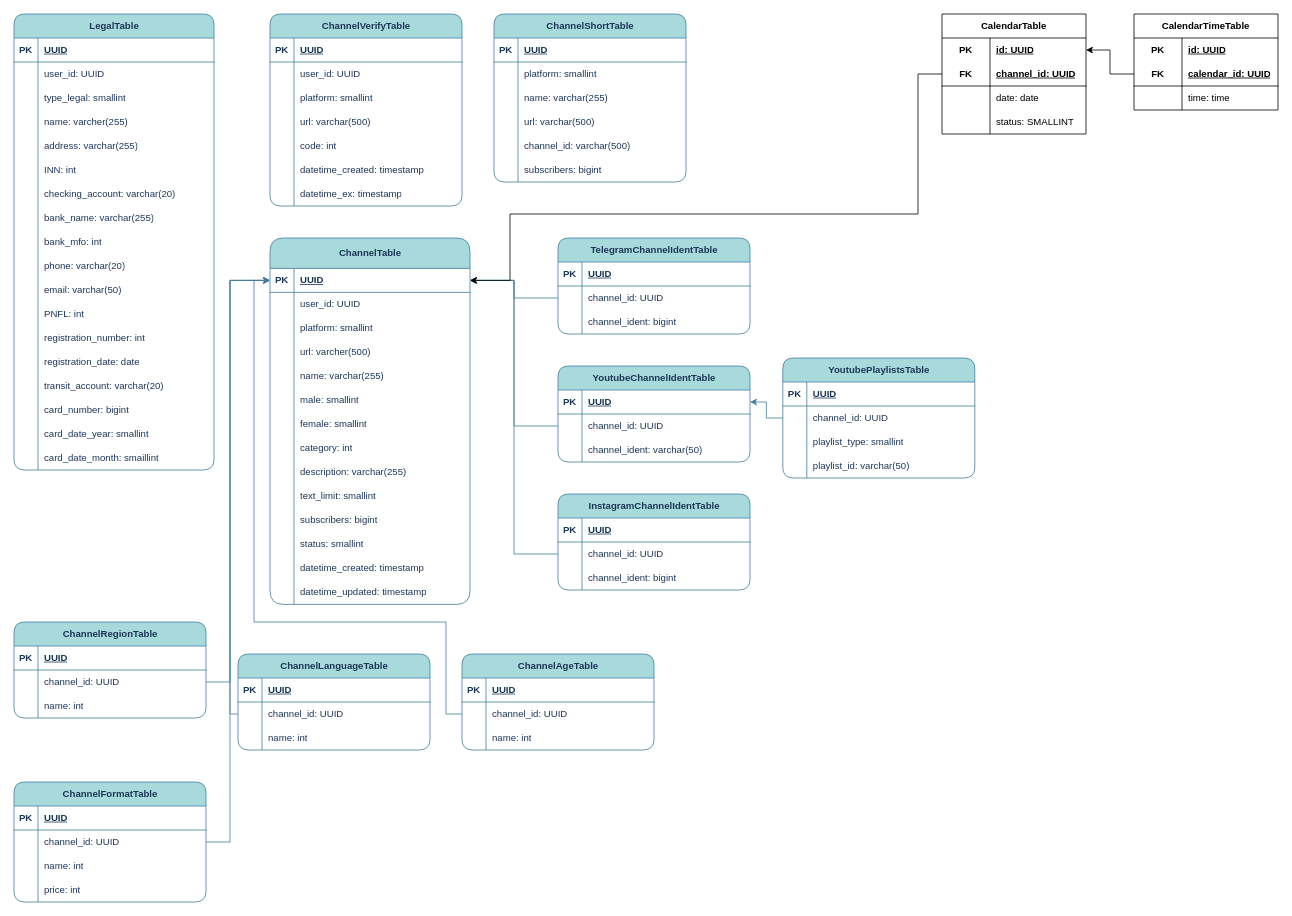
The draw.io diagram page "channel_database" (6 of 8) of Advertiser-Blogger.drawio in KmvRoman/Diagrams, before the edit. Source tidied: cells renumbered, new cells numbered last; positions are measured from the earlier drawing's top-left corner, leaving out a move shared by most shapes. Both pictures are drawn from the tidied source at 80%, with x=0, y=0 at pixel (14, 14).
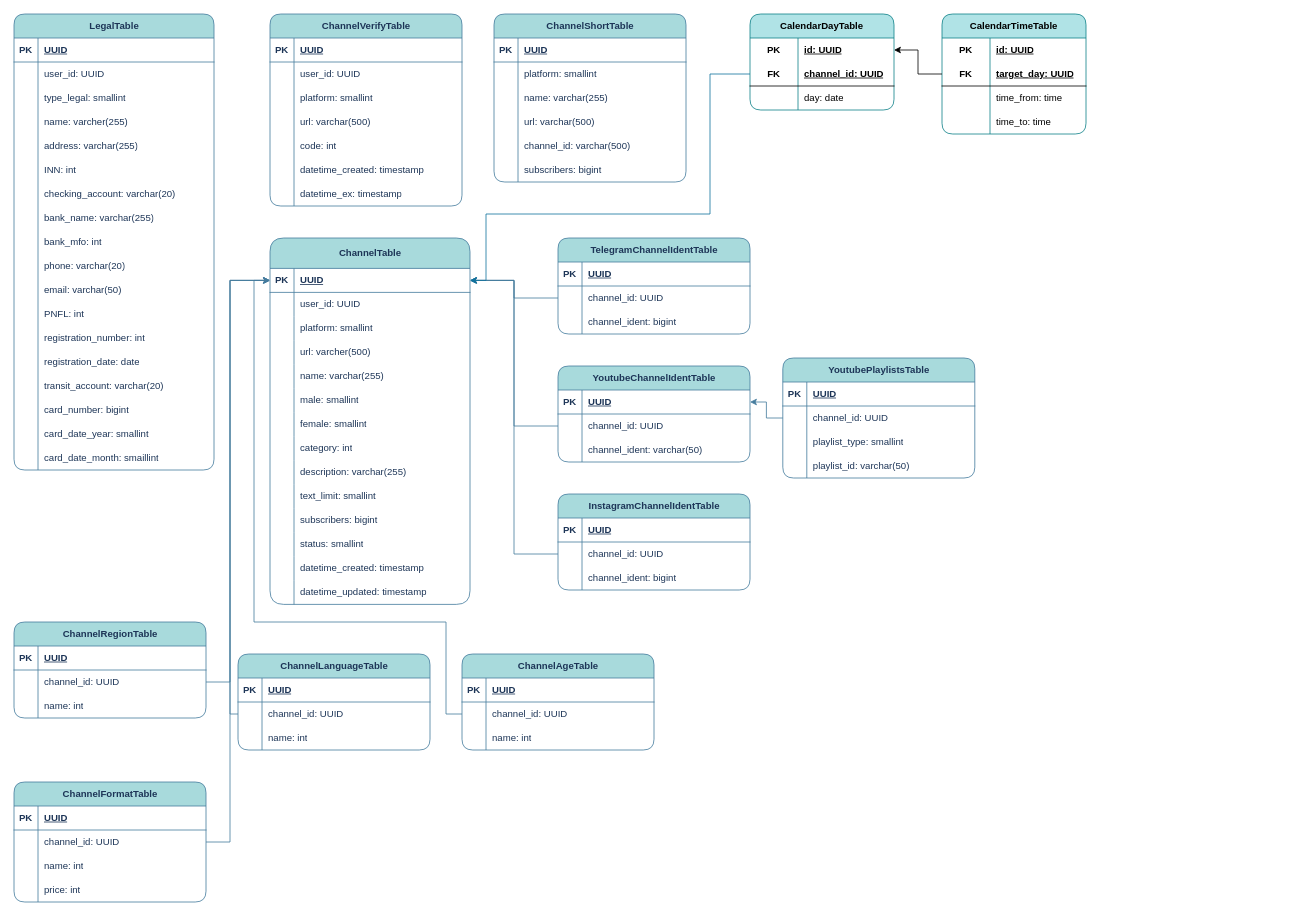
The same diagram, later.

Unchanged cells that the change refers to:
```xml
<mxCell id="99" style="shape=tableRow;horizontal=0;startSize=0;swimlaneHead=0;swimlaneBody=0;fillColor=none;points=[[0,0.5],[1,0.5]];portConstraint=eastwest;top=0;left=0;right=0;bottom=1;labelBackgroundColor=none;strokeColor=#457B9D;fontColor=#1D3557;" parent="98" vertex="1">
  <mxGeometry y="38" width="250" height="30" as="geometry" />
</mxCell>
```

What changed in the source:
```diff
@@
-    <mxCell id="235" value="CalendarTable" style="shape=table;startSize=30;childLayout=tableLayout;rowLines=0;fontStyle=1;align=center;html=1;whiteSpace=wrap;" parent="1" vertex="1">
-      <mxGeometry x="1160" width="180" height="150" as="geometry" />
-    </mxCell>
-    <mxCell id="236" style="shape=tableRow;horizontal=0;startSize=0;swimlaneHead=0;swimlaneBody=0;fillColor=none;points=[[0,0.5],[1,0.5]];portConstraint=eastwest;top=0;left=0;right=0;bottom=0;html=1;" parent="235" vertex="1">
-      <mxGeometry y="30" width="180" height="30" as="geometry" />
-    </mxCell>
-    <mxCell id="237" value="PK" style="shape=partialRectangle;fillColor=none;top=0;left=0;bottom=0;right=0;fontStyle=1;overflow=hidden;html=1;whiteSpace=wrap;" parent="236" vertex="1">
-      <mxGeometry width="60" height="30" as="geometry" />
-    </mxCell>
-    <mxCell id="238" value="id: UUID" style="shape=partialRectangle;fillColor=none;top=0;left=0;bottom=0;right=0;align=left;spacingLeft=6;fontStyle=5;overflow=hidden;html=1;whiteSpace=wrap;" parent="236" vertex="1">
-      <mxGeometry x="60" width="120" height="30" as="geometry" />
-    </mxCell>
-    <mxCell id="239" style="shape=tableRow;horizontal=0;startSize=0;swimlaneHead=0;swimlaneBody=0;fillColor=none;points=[[0,0.5],[1,0.5]];portConstraint=eastwest;top=0;left=0;right=0;bottom=1;html=1;" parent="235" vertex="1">
-      <mxGeometry y="60" width="180" height="30" as="geometry" />
-    </mxCell>
-    <mxCell id="240" value="FK" style="shape=partialRectangle;fillColor=none;top=0;left=0;bottom=0;right=0;fontStyle=1;overflow=hidden;html=1;whiteSpace=wrap;" parent="239" vertex="1">
-      <mxGeometry width="60" height="30" as="geometry" />
-    </mxCell>
+    <mxCell id="260" value="CalendarDayTable" style="shape=table;startSize=30;childLayout=tableLayout;rowLines=0;fontStyle=1;align=center;html=1;whiteSpace=wrap;fillColor=#b0e3e6;strokeColor=#0e8088;rounded=1;" parent="1" vertex="1">
+      <mxGeometry x="920" width="180" height="120" as="geometry" />
+    </mxCell>
+    <mxCell id="261" style="shape=tableRow;horizontal=0;startSize=0;swimlaneHead=0;swimlaneBody=0;fillColor=none;points=[[0,0.5],[1,0.5]];portConstraint=eastwest;top=0;left=0;right=0;bottom=0;html=1;" parent="260" vertex="1">
+      <mxGeometry y="30" width="180" height="30" as="geometry" />
+    </mxCell>
+    <mxCell id="262" value="PK" style="shape=partialRectangle;fillColor=none;top=0;left=0;bottom=0;right=0;fontStyle=1;overflow=hidden;html=1;whiteSpace=wrap;" parent="261" vertex="1">
+      <mxGeometry width="60" height="30" as="geometry" />
+    </mxCell>
+    <mxCell id="263" value="id: UUID" style="shape=partialRectangle;fillColor=none;top=0;left=0;bottom=0;right=0;align=left;spacingLeft=6;fontStyle=5;overflow=hidden;html=1;whiteSpace=wrap;" parent="261" vertex="1">
+      <mxGeometry x="60" width="120" height="30" as="geometry" />
+    </mxCell>
+    <mxCell id="264" style="shape=tableRow;horizontal=0;startSize=0;swimlaneHead=0;swimlaneBody=0;fillColor=none;points=[[0,0.5],[1,0.5]];portConstraint=eastwest;top=0;left=0;right=0;bottom=1;html=1;" parent="260" vertex="1">
+      <mxGeometry y="60" width="180" height="30" as="geometry" />
+    </mxCell>
+    <mxCell id="265" value="FK" style="shape=partialRectangle;fillColor=none;top=0;left=0;bottom=0;right=0;fontStyle=1;overflow=hidden;html=1;whiteSpace=wrap;" parent="264" vertex="1">
+      <mxGeometry width="60" height="30" as="geometry" />
+    </mxCell>
-    <mxCell id="241" value="channel_id: UUID" style="shape=partialRectangle;fillColor=none;top=0;left=0;bottom=0;right=0;align=left;spacingLeft=6;fontStyle=5;overflow=hidden;html=1;whiteSpace=wrap;" parent="239" vertex="1">
+    <mxCell id="241" value="channel_id: UUID" style="shape=partialRectangle;fillColor=none;top=0;left=0;bottom=0;right=0;align=left;spacingLeft=6;fontStyle=5;overflow=hidden;html=1;whiteSpace=wrap;" parent="264" vertex="1">
       <mxGeometry x="60" width="120" height="30" as="geometry" />
     </mxCell>
-    <mxCell id="242" style="shape=tableRow;horizontal=0;startSize=0;swimlaneHead=0;swimlaneBody=0;fillColor=none;top=0;left=0;right=0;bottom=0;html=1;" parent="235" vertex="1">
-      <mxGeometry y="90" width="180" height="30" as="geometry" />
-    </mxCell>
-    <mxCell id="243" style="shape=partialRectangle;fillColor=none;top=0;left=0;bottom=0;right=0;overflow=hidden;html=1;whiteSpace=wrap;" parent="242" vertex="1">
-      <mxGeometry width="60" height="30" as="geometry" />
-    </mxCell>
-    <mxCell id="244" value="date: date" style="shape=partialRectangle;fillColor=none;top=0;left=0;bottom=0;right=0;align=left;spacingLeft=6;overflow=hidden;html=1;whiteSpace=wrap;" parent="242" vertex="1">
-      <mxGeometry x="60" width="120" height="30" as="geometry" />
-    </mxCell>
+    <mxCell id="266" style="shape=tableRow;horizontal=0;startSize=0;swimlaneHead=0;swimlaneBody=0;fillColor=none;top=0;left=0;right=0;bottom=0;html=1;" parent="260" vertex="1">
+      <mxGeometry y="90" width="180" height="30" as="geometry" />
+    </mxCell>
+    <mxCell id="267" style="shape=partialRectangle;fillColor=none;top=0;left=0;bottom=0;right=0;overflow=hidden;html=1;whiteSpace=wrap;" parent="266" vertex="1">
+      <mxGeometry width="60" height="30" as="geometry" />
+    </mxCell>
+    <mxCell id="268" value="day: date" style="shape=partialRectangle;fillColor=none;top=0;left=0;bottom=0;right=0;align=left;spacingLeft=6;overflow=hidden;html=1;whiteSpace=wrap;" parent="266" vertex="1">
+      <mxGeometry x="60" width="120" height="30" as="geometry" />
+    </mxCell>
+    <mxCell id="269" style="edgeStyle=orthogonalEdgeStyle;rounded=0;jettySize=auto;html=1;entryX=1;entryY=0.5;entryDx=0;entryDy=0;exitX=0;exitY=0.5;exitDx=0;exitDy=0;fillColor=#b1ddf0;strokeColor=#10739e;" parent="1" edge="1" source="264" target="99">
+      <mxGeometry relative="1" as="geometry">
+        <Array as="points">
+          <mxPoint x="870" y="75" />
+          <mxPoint x="870" y="250" />
+          <mxPoint x="590" y="250" />
+          <mxPoint x="590" y="333" />
+        </Array>
+      </mxGeometry>
+    </mxCell>
+    <mxCell id="248" value="CalendarTimeTable" style="shape=table;startSize=30;childLayout=tableLayout;rowLines=0;fontStyle=1;align=center;html=1;whiteSpace=wrap;fillColor=#b0e3e6;strokeColor=#0e8088;rounded=1;" parent="1" vertex="1">
+      <mxGeometry x="1160" width="180" height="150" as="geometry" />
+    </mxCell>
+    <mxCell id="270" style="shape=tableRow;horizontal=0;startSize=0;swimlaneHead=0;swimlaneBody=0;fillColor=none;top=0;left=0;right=0;bottom=0;html=1;" parent="248" vertex="1">
+      <mxGeometry y="30" width="180" height="30" as="geometry" />
+    </mxCell>
+    <mxCell id="271" value="PK" style="shape=partialRectangle;fillColor=none;top=0;left=0;bottom=0;right=0;fontStyle=1;overflow=hidden;html=1;whiteSpace=wrap;" parent="270" vertex="1">
+      <mxGeometry width="60" height="30" as="geometry" />
+    </mxCell>
+    <mxCell id="272" value="id: UUID" style="shape=partialRectangle;fillColor=none;top=0;left=0;bottom=0;right=0;align=left;spacingLeft=6;fontStyle=5;overflow=hidden;html=1;whiteSpace=wrap;" parent="270" vertex="1">
+      <mxGeometry x="60" width="120" height="30" as="geometry" />
+    </mxCell>
+    <mxCell id="273" style="shape=tableRow;horizontal=0;startSize=0;swimlaneHead=0;swimlaneBody=0;fillColor=none;points=[[0,0.5],[1,0.5]];portConstraint=eastwest;top=0;left=0;right=0;bottom=1;html=1;" parent="248" vertex="1">
+      <mxGeometry y="60" width="180" height="30" as="geometry" />
+    </mxCell>
+    <mxCell id="274" value="FK" style="shape=partialRectangle;fillColor=none;top=0;left=0;bottom=0;right=0;fontStyle=1;overflow=hidden;html=1;whiteSpace=wrap;" parent="273" vertex="1">
+      <mxGeometry width="60" height="30" as="geometry" />
+    </mxCell>
+    <mxCell id="275" value="target_day: UUID" style="shape=partialRectangle;fillColor=none;top=0;left=0;bottom=0;right=0;align=left;spacingLeft=6;fontStyle=5;overflow=hidden;html=1;whiteSpace=wrap;" parent="273" vertex="1">
+      <mxGeometry x="60" width="120" height="30" as="geometry" />
+    </mxCell>
+    <mxCell id="276" style="shape=tableRow;horizontal=0;startSize=0;swimlaneHead=0;swimlaneBody=0;fillColor=none;top=0;left=0;right=0;bottom=0;html=1;" parent="248" vertex="1">
+      <mxGeometry y="90" width="180" height="30" as="geometry" />
+    </mxCell>
+    <mxCell id="277" style="shape=partialRectangle;fillColor=none;top=0;left=0;bottom=0;right=0;overflow=hidden;html=1;whiteSpace=wrap;" parent="276" vertex="1">
+      <mxGeometry width="60" height="30" as="geometry" />
+    </mxCell>
+    <mxCell id="278" value="time_from: time" style="shape=partialRectangle;fillColor=none;top=0;left=0;bottom=0;right=0;align=left;spacingLeft=6;overflow=hidden;html=1;whiteSpace=wrap;" parent="276" vertex="1">
+      <mxGeometry x="60" width="120" height="30" as="geometry" />
+    </mxCell>
-    <mxCell id="245" style="shape=tableRow;horizontal=0;startSize=0;swimlaneHead=0;swimlaneBody=0;fillColor=none;top=0;left=0;right=0;bottom=0;html=1;" parent="235" vertex="1">
+    <mxCell id="245" style="shape=tableRow;horizontal=0;startSize=0;swimlaneHead=0;swimlaneBody=0;fillColor=none;top=0;left=0;right=0;bottom=0;html=1;" parent="248" vertex="1">
       <mxGeometry y="120" width="180" height="30" as="geometry" />
     </mxCell>
-    <mxCell id="246" style="shape=partialRectangle;fillColor=none;top=0;left=0;bottom=0;right=0;overflow=hidden;html=1;whiteSpace=wrap;" parent="245" vertex="1">
-      <mxGeometry width="60" height="30" as="geometry" />
-    </mxCell>
-    <mxCell id="247" value="status: SMALLINT" style="shape=partialRectangle;fillColor=none;top=0;left=0;bottom=0;right=0;align=left;spacingLeft=6;overflow=hidden;html=1;whiteSpace=wrap;" parent="245" vertex="1">
-      <mxGeometry x="60" width="120" height="30" as="geometry" />
-    </mxCell>
-    <mxCell id="248" value="CalendarTimeTable" style="shape=table;startSize=30;childLayout=tableLayout;rowLines=0;fontStyle=1;align=center;html=1;whiteSpace=wrap;" parent="1" vertex="1">
-      <mxGeometry x="1400" width="180" height="120" as="geometry" />
-    </mxCell>
-    <mxCell id="249" style="shape=tableRow;horizontal=0;startSize=0;swimlaneHead=0;swimlaneBody=0;fillColor=none;top=0;left=0;right=0;bottom=0;html=1;" parent="248" vertex="1">
-      <mxGeometry y="30" width="180" height="30" as="geometry" />
-    </mxCell>
-    <mxCell id="250" value="PK" style="shape=partialRectangle;fillColor=none;top=0;left=0;bottom=0;right=0;fontStyle=1;overflow=hidden;html=1;whiteSpace=wrap;" parent="249" vertex="1">
-      <mxGeometry width="60" height="30" as="geometry" />
-    </mxCell>
-    <mxCell id="251" value="id: UUID" style="shape=partialRectangle;fillColor=none;top=0;left=0;bottom=0;right=0;align=left;spacingLeft=6;fontStyle=5;overflow=hidden;html=1;whiteSpace=wrap;" parent="249" vertex="1">
-      <mxGeometry x="60" width="120" height="30" as="geometry" />
-    </mxCell>
-    <mxCell id="252" style="shape=tableRow;horizontal=0;startSize=0;swimlaneHead=0;swimlaneBody=0;fillColor=none;points=[[0,0.5],[1,0.5]];portConstraint=eastwest;top=0;left=0;right=0;bottom=1;html=1;" parent="248" vertex="1">
-      <mxGeometry y="60" width="180" height="30" as="geometry" />
-    </mxCell>
-    <mxCell id="253" value="FK" style="shape=partialRectangle;fillColor=none;top=0;left=0;bottom=0;right=0;fontStyle=1;overflow=hidden;html=1;whiteSpace=wrap;" parent="252" vertex="1">
-      <mxGeometry width="60" height="30" as="geometry" />
-    </mxCell>
-    <mxCell id="254" value="calendar_id: UUID" style="shape=partialRectangle;fillColor=none;top=0;left=0;bottom=0;right=0;align=left;spacingLeft=6;fontStyle=5;overflow=hidden;html=1;whiteSpace=wrap;" parent="252" vertex="1">
-      <mxGeometry x="60" width="120" height="30" as="geometry" />
-    </mxCell>
-    <mxCell id="255" style="shape=tableRow;horizontal=0;startSize=0;swimlaneHead=0;swimlaneBody=0;fillColor=none;top=0;left=0;right=0;bottom=0;html=1;" parent="248" vertex="1">
-      <mxGeometry y="90" width="180" height="30" as="geometry" />
-    </mxCell>
-    <mxCell id="256" style="shape=partialRectangle;fillColor=none;top=0;left=0;bottom=0;right=0;overflow=hidden;html=1;whiteSpace=wrap;" parent="255" vertex="1">
-      <mxGeometry width="60" height="30" as="geometry" />
-    </mxCell>
-    <mxCell id="257" value="time: time" style="shape=partialRectangle;fillColor=none;top=0;left=0;bottom=0;right=0;align=left;spacingLeft=6;overflow=hidden;html=1;whiteSpace=wrap;" parent="255" vertex="1">
-      <mxGeometry x="60" width="120" height="30" as="geometry" />
-    </mxCell>
-    <mxCell id="258" style="edgeStyle=orthogonalEdgeStyle;rounded=0;jettySize=auto;html=1;entryX=1;entryY=0.5;entryDx=0;entryDy=0;" parent="1" edge="1" source="252" target="236">
-      <mxGeometry relative="1" as="geometry" />
-    </mxCell>
-    <mxCell id="259" style="edgeStyle=orthogonalEdgeStyle;rounded=0;jettySize=auto;html=1;entryX=1;entryY=0.5;entryDx=0;entryDy=0;exitX=0;exitY=0.5;exitDx=0;exitDy=0;" parent="1" edge="1" source="239" target="99">
-      <mxGeometry relative="1" as="geometry">
-        <Array as="points">
-          <mxPoint x="1130" y="75" />
-          <mxPoint x="1130" y="250" />
-          <mxPoint x="620" y="250" />
-          <mxPoint x="620" y="333" />
-        </Array>
-      </mxGeometry>
-    </mxCell>
+    <mxCell id="279" style="shape=partialRectangle;fillColor=none;top=0;left=0;bottom=0;right=0;overflow=hidden;html=1;whiteSpace=wrap;" parent="245" vertex="1">
+      <mxGeometry width="60" height="30" as="geometry" />
+    </mxCell>
+    <mxCell id="280" value="time_to: time" style="shape=partialRectangle;fillColor=none;top=0;left=0;bottom=0;right=0;align=left;spacingLeft=6;overflow=hidden;html=1;whiteSpace=wrap;" parent="245" vertex="1">
+      <mxGeometry x="60" width="120" height="30" as="geometry" />
+    </mxCell>
+    <mxCell id="281" style="edgeStyle=orthogonalEdgeStyle;rounded=0;jettySize=auto;html=1;entryX=1;entryY=0.5;entryDx=0;entryDy=0;exitX=0;exitY=0.5;exitDx=0;exitDy=0;" parent="1" edge="1" source="273" target="261">
+      <mxGeometry relative="1" as="geometry" />
+    </mxCell>
```
